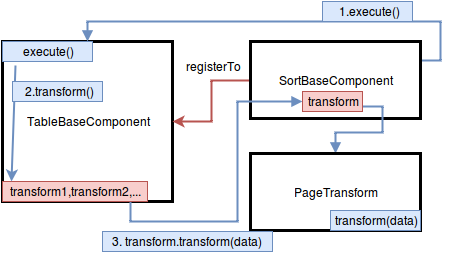
Before: sort-transform.png, a diagram exported from draw.io (PetrNavratil/pictures). Source tidied: cells renumbered, new cells last; positions are measured from the earlier drawing's top-left corner, leaving out a move shared by most shapes.
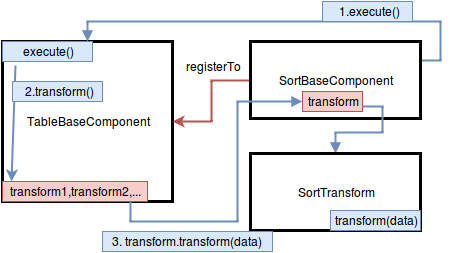
After the commit.

Commit message:
added sort transform

The edit, as a diff of the source:
```diff
@@ -26,7 +26,7 @@
     <mxCell id="7" style="edgeStyle=orthogonalEdgeStyle;rounded=0;html=1;entryX=1;entryY=0.75;jettySize=auto;strokeWidth=2;endArrow=none;endFill=0;startArrow=block;startFill=1;fillColor=#dae8fc;strokeColor=#6c8ebf;" parent="1" edge="1" source="8" target="10">
       <mxGeometry relative="1" as="geometry" />
     </mxCell>
-    <mxCell id="8" value="PageTransform" style="whiteSpace=wrap;html=1;strokeWidth=3;" parent="1" vertex="1">
+    <mxCell id="8" value="SortTransform" style="whiteSpace=wrap;html=1;strokeWidth=3;" parent="1" vertex="1">
       <mxGeometry x="248" y="152" width="170" height="77" as="geometry" />
     </mxCell>
     <mxCell id="9" style="edgeStyle=orthogonalEdgeStyle;rounded=0;html=1;exitX=0;exitY=0.5;entryX=0.75;entryY=1;startArrow=block;startFill=1;endArrow=none;endFill=0;jettySize=auto;strokeWidth=2;fillColor=#dae8fc;strokeColor=#6c8ebf;" parent="1" edge="1" source="10" target="2">
```
